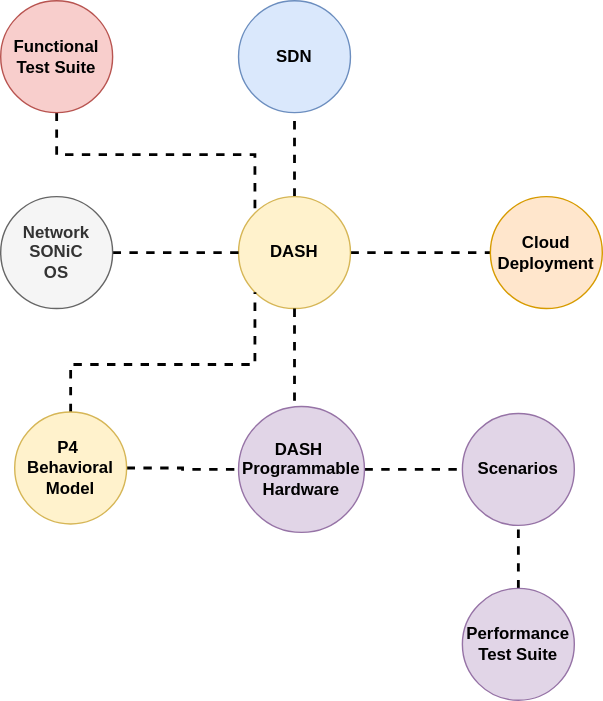
Above: documentation/general/design/images/hld/dash-hld-project-ecosystem.svg in sonic-net/DASH (draw.io), before the change. Source tidied: cells renumbered, new cells last; positions are measured from the earlier drawing's top-left corner, leaving out a move shared by most shapes.
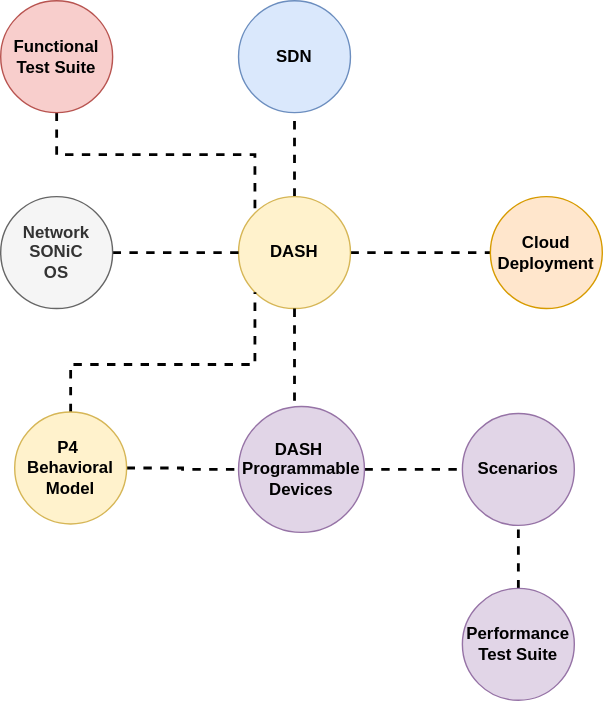
Later version of the same file.

Change to the diagram source:
```diff
@@ -28,7 +28,7 @@
     <mxCell id="9" style="edgeStyle=orthogonalEdgeStyle;rounded=0;jettySize=auto;html=1;exitX=1;exitY=0.5;exitDx=0;exitDy=0;entryX=0;entryY=0.5;entryDx=0;entryDy=0;dashed=1;endArrow=none;endFill=0;strokeWidth=2;" parent="1" edge="1" source="10" target="12">
       <mxGeometry relative="1" as="geometry" />
     </mxCell>
-    <mxCell id="10" value="&lt;b&gt;&lt;br&gt;&lt;br&gt;DASH&amp;nbsp; Programmable Hardware&lt;br&gt;&amp;nbsp;&lt;br&gt;&lt;br&gt;&lt;/b&gt;" style="ellipse;whiteSpace=wrap;html=1;fillColor=#e1d5e7;strokeColor=#9673a6;" parent="1" vertex="1">
+    <mxCell id="10" value="&lt;b&gt;&lt;br&gt;&lt;br&gt;DASH&amp;nbsp; Programmable Devices&lt;br&gt;&amp;nbsp;&lt;br&gt;&lt;br&gt;&lt;/b&gt;" style="ellipse;whiteSpace=wrap;html=1;fillColor=#e1d5e7;strokeColor=#9673a6;" parent="1" vertex="1">
       <mxGeometry x="170" y="290" width="90" height="90" as="geometry" />
     </mxCell>
     <mxCell id="11" value="&lt;b&gt;SDN&lt;/b&gt;" style="ellipse;whiteSpace=wrap;html=1;fillColor=#dae8fc;strokeColor=#6c8ebf;" parent="1" vertex="1">
```
